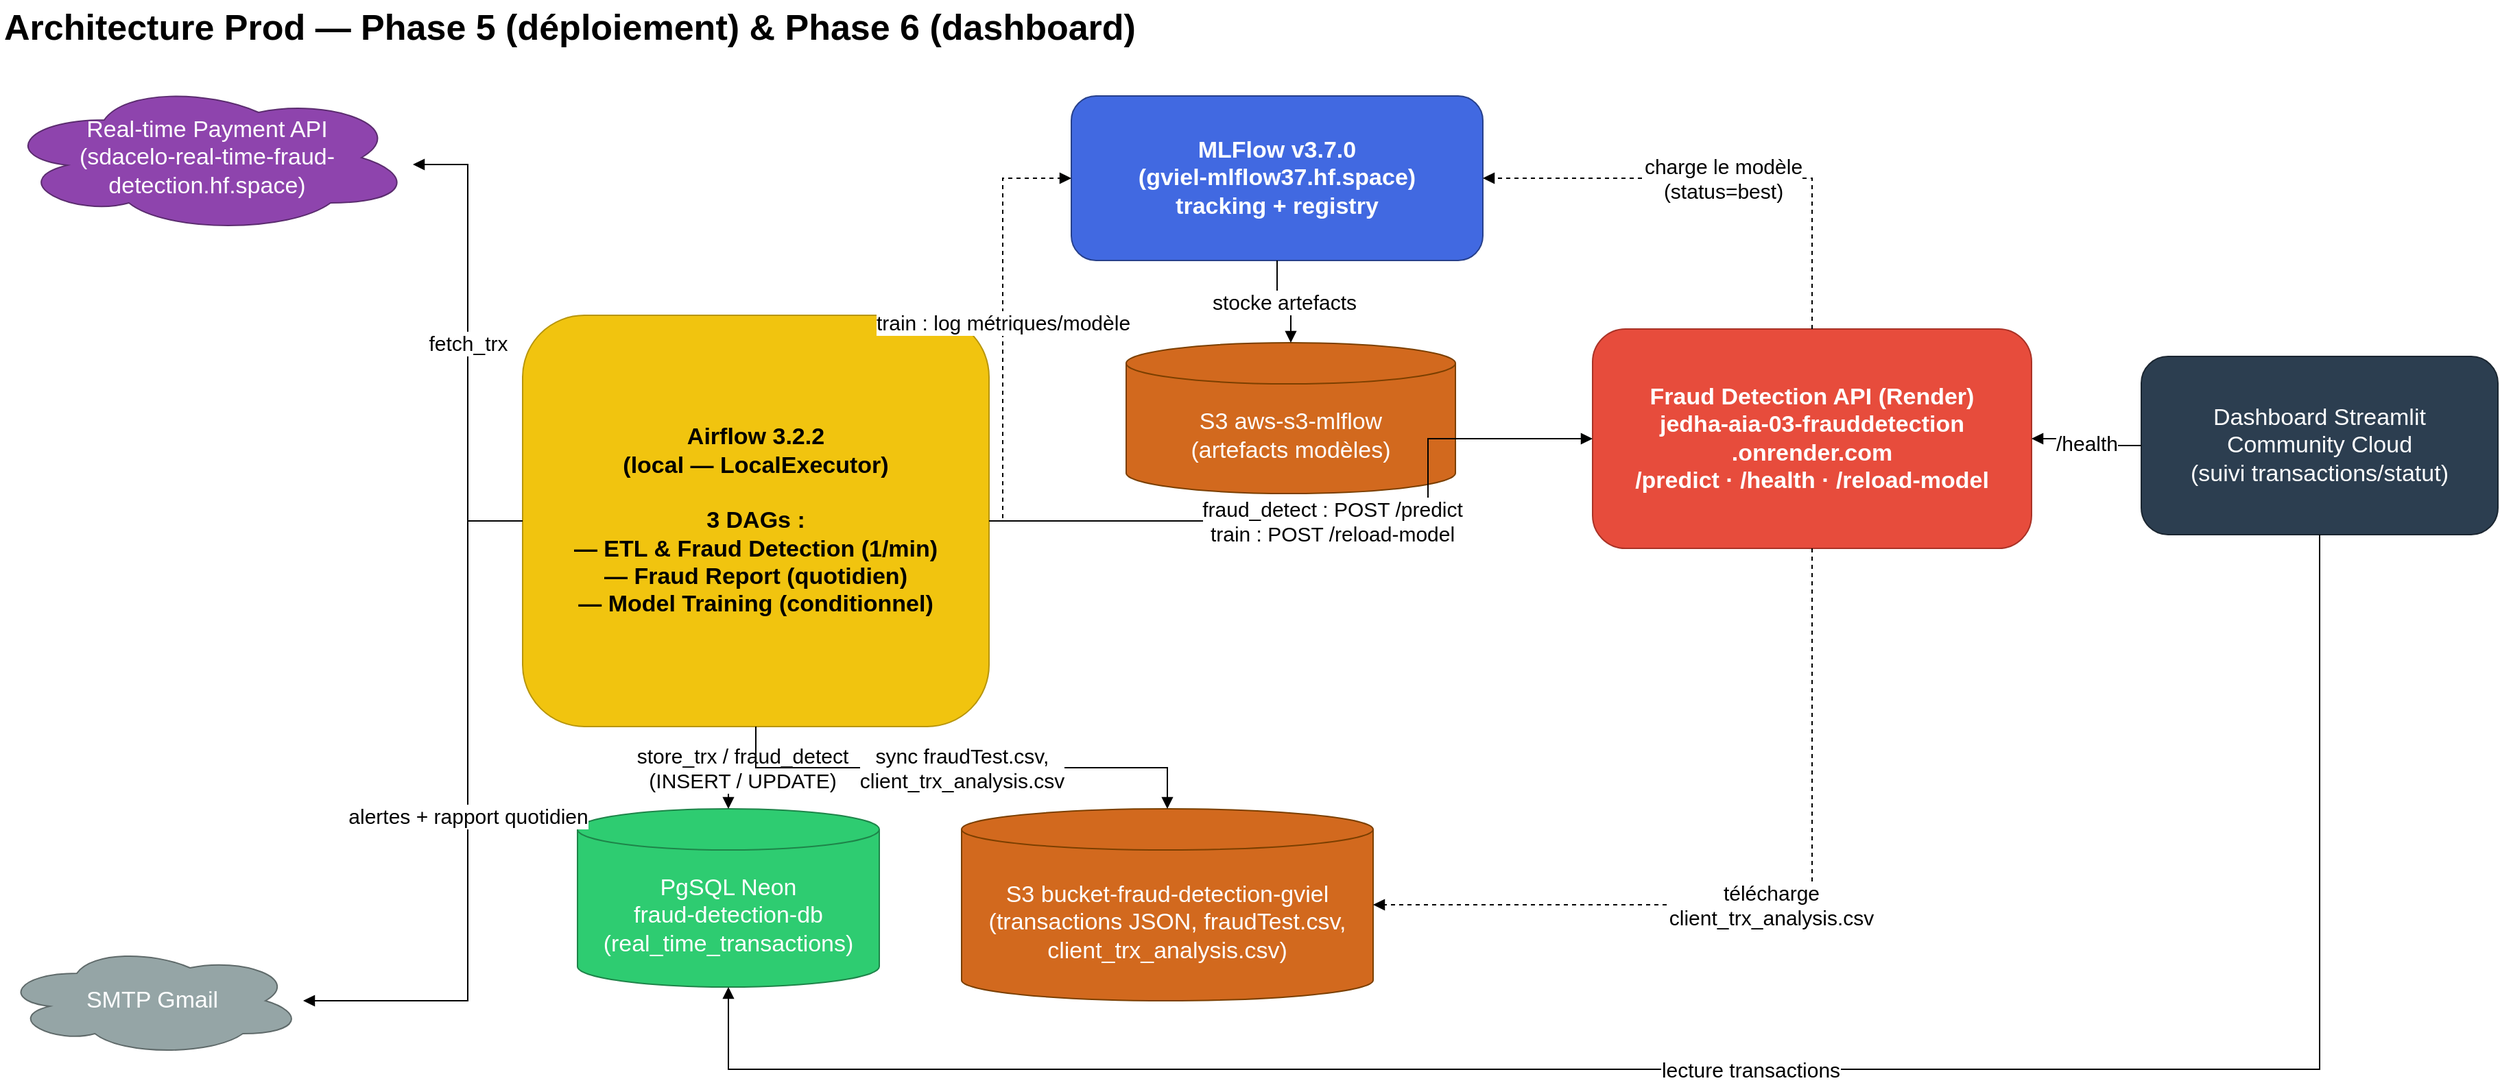
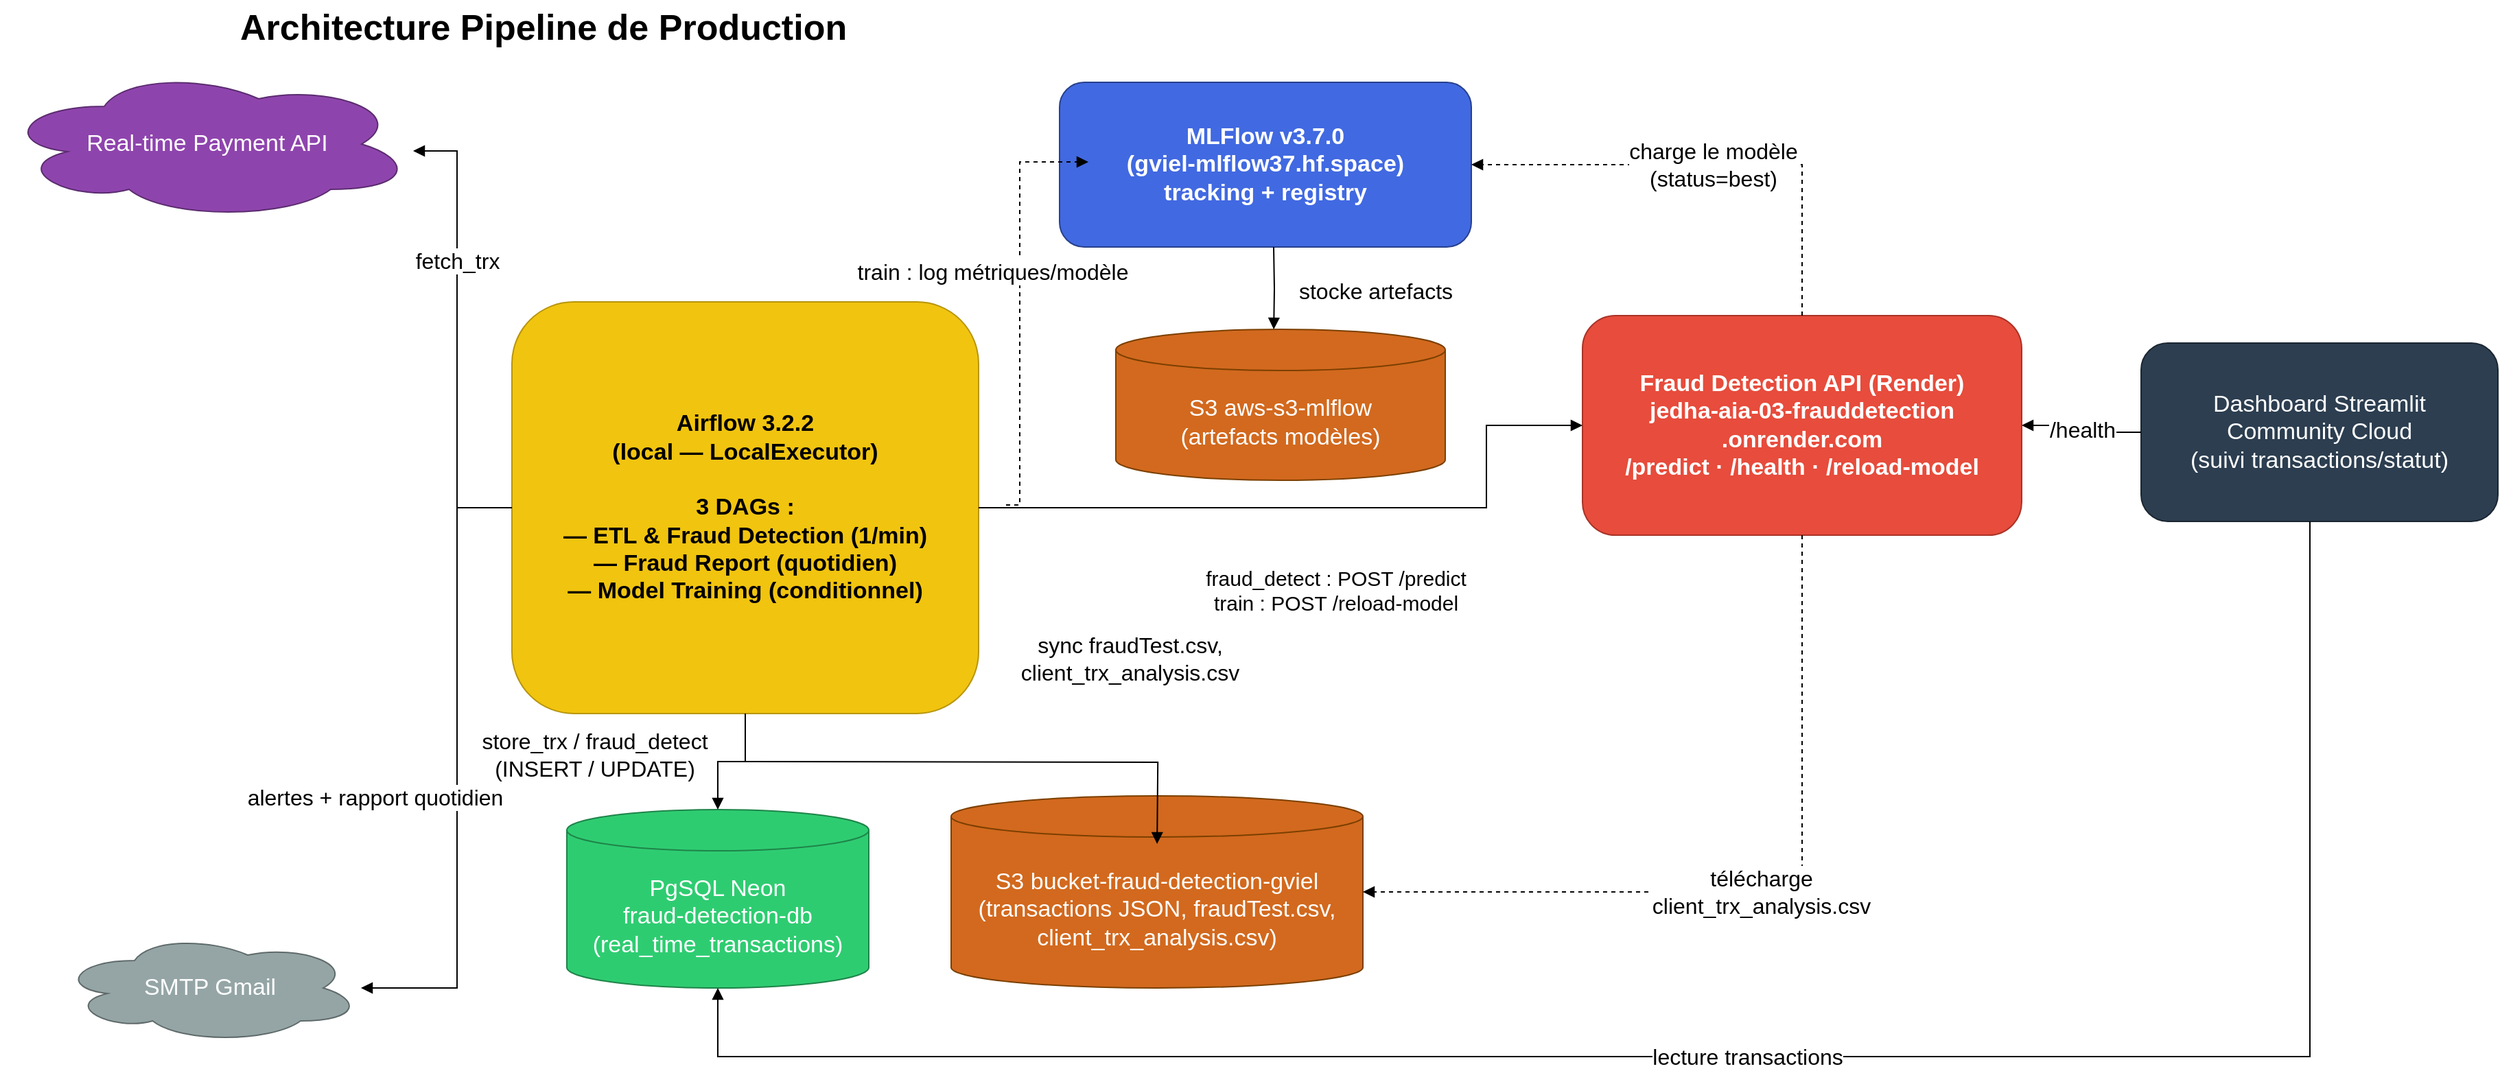
- <mxfile host="app.diagrams.net" agent="claude-code" version="24.0.0">
-   <diagram id="prod-architecture" name="Architecture Prod (Phase 5-6)">
-     <mxGraphModel dx="1600" dy="900" grid="1" gridSize="10" guides="1" tooltips="1" connect="1" arrows="1" fold="1" page="1" pageScale="1" pageWidth="1920" pageHeight="850" math="0" shadow="0">
+ <mxfile host="app.diagrams.net">
+   <diagram name="Architecture Getaround" id="kAcSTIh_5AMz7kwUcB8f">
+     <mxGraphModel grid="1" page="1" gridSize="10" guides="1" tooltips="1" connect="1" arrows="1" fold="1" pageScale="1" pageWidth="827" pageHeight="1169" math="0" shadow="0">
      <root>
        <mxCell id="0" />
        <mxCell id="1" parent="0" />
- 
-         <!-- Title -->
-         <mxCell id="title" value="Architecture Prod — Phase 5 (déploiement) &amp; Phase 6 (dashboard)" style="text;html=1;fontSize=26;fontStyle=1;align=left;verticalAlign=middle;" vertex="1" parent="1">
-           <mxGeometry x="40" y="10" width="1000" height="40" as="geometry" />
+         <mxCell id="RmcBK2_sj3oXUNAOigDG-144" parent="1" style="text;html=1;fontSize=26;fontStyle=1;align=left;verticalAlign=middle;" value="&lt;div&gt;Architecture Pipeline de Production&lt;/div&gt;" vertex="1">
+           <mxGeometry height="40" width="570" x="220" y="20" as="geometry" />
        </mxCell>
- 
-         <!-- External systems -->
-         <mxCell id="jedha" value="Real-time Payment API&#10;(sdacelo-real-time-fraud-detection.hf.space)" style="shape=cloud;whiteSpace=wrap;html=1;fillColor=#8e44ad;strokeColor=#5b2c6f;fontColor=#ffffff;fontSize=17;" vertex="1" parent="1">
-           <mxGeometry x="40" y="70" width="300" height="110" as="geometry" />
+         <mxCell id="RmcBK2_sj3oXUNAOigDG-145" parent="1" style="shape=cloud;whiteSpace=wrap;html=1;fillColor=#8e44ad;strokeColor=#5b2c6f;fontColor=#ffffff;fontSize=17;fontStyle=0" value="Real-time Payment API" vertex="1">
+           <mxGeometry height="110" width="300" x="48" y="70" as="geometry" />
        </mxCell>
-         <mxCell id="smtp" value="SMTP Gmail" style="shape=cloud;whiteSpace=wrap;html=1;fillColor=#95a5a6;strokeColor=#5f6a6a;fontColor=#ffffff;fontSize=17;" vertex="1" parent="1">
-           <mxGeometry x="40" y="700" width="220" height="80" as="geometry" />
+         <mxCell id="RmcBK2_sj3oXUNAOigDG-146" parent="1" style="shape=cloud;whiteSpace=wrap;html=1;fillColor=#95a5a6;strokeColor=#5f6a6a;fontColor=#ffffff;fontSize=17;fontStyle=0" value="SMTP Gmail" vertex="1">
+           <mxGeometry height="80" width="220" x="90" y="700" as="geometry" />
        </mxCell>
- 
-         <!-- Airflow (single block, local) -->
-         <mxCell id="airflow" value="Airflow 3.2.2&#10;(local — LocalExecutor)&#10;&#10;3 DAGs :&#10;— ETL &amp; Fraud Detection (1/min)&#10;— Fraud Report (quotidien)&#10;— Model Training (conditionnel)" style="rounded=1;whiteSpace=wrap;html=1;fillColor=#f1c40f;strokeColor=#b7950b;fontSize=17;fontStyle=1;align=center;verticalAlign=middle;" vertex="1" parent="1">
-           <mxGeometry x="420" y="240" width="340" height="300" as="geometry" />
+         <mxCell id="RmcBK2_sj3oXUNAOigDG-147" parent="1" style="rounded=1;whiteSpace=wrap;html=1;fillColor=#f1c40f;strokeColor=#b7950b;fontSize=17;fontStyle=1;align=center;verticalAlign=middle;" value="Airflow 3.2.2&#xa;(local — LocalExecutor)&#xa;&#xa;3 DAGs :&#xa;— ETL &amp; Fraud Detection (1/min)&#xa;— Fraud Report (quotidien)&#xa;— Model Training (conditionnel)" vertex="1">
+           <mxGeometry height="300" width="340" x="420" y="240" as="geometry" />
        </mxCell>
- 
-         <!-- Data layer -->
-         <mxCell id="neon" value="PgSQL Neon&#10;fraud-detection-db&#10;(real_time_transactions)" style="shape=cylinder3;whiteSpace=wrap;html=1;boundedLbl=1;backgroundOutline=1;size=15;fillColor=#2ecc71;strokeColor=#1e8449;fontColor=#ffffff;fontSize=17;" vertex="1" parent="1">
-           <mxGeometry x="460" y="600" width="220" height="130" as="geometry" />
+         <mxCell id="RmcBK2_sj3oXUNAOigDG-148" parent="1" style="shape=cylinder3;whiteSpace=wrap;html=1;boundedLbl=1;backgroundOutline=1;size=15;fillColor=#2ecc71;strokeColor=#1e8449;fontColor=#ffffff;fontSize=17;" value="PgSQL Neon&#xa;fraud-detection-db&#xa;(real_time_transactions)" vertex="1">
+           <mxGeometry height="130" width="220" x="460" y="610" as="geometry" />
        </mxCell>
-         <mxCell id="s3Trx" value="S3 bucket-fraud-detection-gviel&#10;(transactions JSON, fraudTest.csv,&#10;client_trx_analysis.csv)" style="shape=cylinder3;whiteSpace=wrap;html=1;boundedLbl=1;backgroundOutline=1;size=15;fillColor=#d2691e;strokeColor=#7b3f00;fontColor=#ffffff;fontSize=17;" vertex="1" parent="1">
-           <mxGeometry x="740" y="600" width="300" height="140" as="geometry" />
+         <mxCell id="RmcBK2_sj3oXUNAOigDG-149" parent="1" style="shape=cylinder3;whiteSpace=wrap;html=1;boundedLbl=1;backgroundOutline=1;size=15;fillColor=#d2691e;strokeColor=#7b3f00;fontColor=#ffffff;fontSize=17;" value="S3 bucket-fraud-detection-gviel&#xa;(transactions JSON, fraudTest.csv,&#xa;client_trx_analysis.csv)" vertex="1">
+           <mxGeometry height="140" width="300" x="740" y="600" as="geometry" />
        </mxCell>
- 
-         <!-- MLFlow + artifact store -->
-         <mxCell id="mlflow" value="MLFlow v3.7.0&#10;(gviel-mlflow37.hf.space)&#10;tracking + registry" style="rounded=1;whiteSpace=wrap;html=1;fillColor=#4169e1;strokeColor=#27408b;fontColor=#ffffff;fontSize=17;fontStyle=1;" vertex="1" parent="1">
-           <mxGeometry x="820" y="80" width="300" height="120" as="geometry" />
+         <mxCell id="RmcBK2_sj3oXUNAOigDG-150" parent="1" style="rounded=1;whiteSpace=wrap;html=1;fillColor=#4169e1;strokeColor=#27408b;fontColor=#ffffff;fontSize=17;fontStyle=1;" value="MLFlow v3.7.0&#xa;(gviel-mlflow37.hf.space)&#xa;tracking + registry" vertex="1">
+           <mxGeometry height="120" width="300" x="819" y="80" as="geometry" />
        </mxCell>
-         <mxCell id="s3Mlflow" value="S3 aws-s3-mlflow&#10;(artefacts modèles)" style="shape=cylinder3;whiteSpace=wrap;html=1;boundedLbl=1;backgroundOutline=1;size=15;fillColor=#d2691e;strokeColor=#7b3f00;fontColor=#ffffff;fontSize=17;" vertex="1" parent="1">
-           <mxGeometry x="860" y="260" width="240" height="110" as="geometry" />
+         <mxCell id="RmcBK2_sj3oXUNAOigDG-151" parent="1" style="shape=cylinder3;whiteSpace=wrap;html=1;boundedLbl=1;backgroundOutline=1;size=15;fillColor=#d2691e;strokeColor=#7b3f00;fontColor=#ffffff;fontSize=17;" value="S3 aws-s3-mlflow&#xa;(artefacts modèles)" vertex="1">
+           <mxGeometry height="110" width="240" x="860" y="260" as="geometry" />
        </mxCell>
- 
-         <!-- Fraud Detection API (Render) -->
-         <mxCell id="renderApi" value="Fraud Detection API (Render)&#10;jedha-aia-03-frauddetection&#10;.onrender.com&#10;/predict · /health · /reload-model" style="rounded=1;whiteSpace=wrap;html=1;fillColor=#e74c3c;strokeColor=#a93226;fontColor=#ffffff;fontSize=17;fontStyle=1;" vertex="1" parent="1">
-           <mxGeometry x="1200" y="250" width="320" height="160" as="geometry" />
+         <mxCell id="RmcBK2_sj3oXUNAOigDG-152" parent="1" style="rounded=1;whiteSpace=wrap;html=1;fillColor=#e74c3c;strokeColor=#a93226;fontColor=#ffffff;fontSize=17;fontStyle=1;" value="Fraud Detection API (Render)&#xa;jedha-aia-03-frauddetection&#xa;.onrender.com&#xa;/predict · /health · /reload-model" vertex="1">
+           <mxGeometry height="160" width="320" x="1200" y="250" as="geometry" />
        </mxCell>
- 
-         <!-- Streamlit Dashboard -->
-         <mxCell id="dashboard" value="Dashboard Streamlit&#10;Community Cloud&#10;(suivi transactions/statut)" style="rounded=1;whiteSpace=wrap;html=1;fillColor=#2c3e50;strokeColor=#1b2631;fontColor=#ffffff;fontSize=17;" vertex="1" parent="1">
-           <mxGeometry x="1600" y="270" width="260" height="130" as="geometry" />
+         <mxCell id="RmcBK2_sj3oXUNAOigDG-153" parent="1" style="rounded=1;whiteSpace=wrap;html=1;fillColor=#2c3e50;strokeColor=#1b2631;fontColor=#ffffff;fontSize=17;" value="Dashboard Streamlit&#xa;Community Cloud&#xa;(suivi transactions/statut)" vertex="1">
+           <mxGeometry height="130" width="260" x="1607" y="270" as="geometry" />
        </mxCell>
- 
-         <!-- Edges: Airflow -->
-         <mxCell id="e1" value="fetch_trx" style="edgeStyle=orthogonalEdgeStyle;rounded=0;html=1;endArrow=block;fontSize=15;" edge="1" parent="1" source="airflow" target="jedha">
-           <mxGeometry relative="1" as="geometry">
+         <mxCell id="RmcBK2_sj3oXUNAOigDG-154" edge="1" parent="1" source="RmcBK2_sj3oXUNAOigDG-147" style="edgeStyle=orthogonalEdgeStyle;rounded=0;html=1;endArrow=block;fontSize=16;" target="RmcBK2_sj3oXUNAOigDG-145" value="fetch_trx">
+           <mxGeometry relative="1" x="0.3253" as="geometry">
+             <mxPoint as="offset" />
            <Array as="points">
              <mxPoint x="380" y="130" />
            </Array>
          </mxGeometry>
        </mxCell>
- 
-         <mxCell id="e2" value="store_trx / fraud_detect&#10;(INSERT / UPDATE)" style="edgeStyle=orthogonalEdgeStyle;rounded=0;html=1;endArrow=block;fontSize=15;" edge="1" parent="1" source="airflow" target="neon">
-           <mxGeometry relative="1" as="geometry" />
+         <mxCell id="RmcBK2_sj3oXUNAOigDG-155" edge="1" parent="1" source="RmcBK2_sj3oXUNAOigDG-147" style="edgeStyle=orthogonalEdgeStyle;rounded=0;html=1;endArrow=block;fontSize=16;" target="RmcBK2_sj3oXUNAOigDG-148" value="store_trx / fraud_detect&#xa;(INSERT / UPDATE)">
+           <mxGeometry relative="1" x="0.2222" y="-90" as="geometry">
+             <mxPoint y="-5" as="offset" />
+           </mxGeometry>
        </mxCell>
- 
-         <mxCell id="e3" value="sync fraudTest.csv,&#10;client_trx_analysis.csv" style="edgeStyle=orthogonalEdgeStyle;rounded=0;html=1;endArrow=block;fontSize=15;" edge="1" parent="1" source="airflow" target="s3Trx">
-           <mxGeometry relative="1" as="geometry" />
+         <mxCell id="RmcBK2_sj3oXUNAOigDG-156" edge="1" parent="1" style="edgeStyle=orthogonalEdgeStyle;rounded=0;html=1;endArrow=block;fontSize=16;" value="sync fraudTest.csv,&#xa;client_trx_analysis.csv">
+           <mxGeometry relative="1" x="0.6667" y="40" as="geometry">
+             <mxPoint x="-20" y="-35" as="offset" />
+             <mxPoint x="590.0666666666666" y="575" as="sourcePoint" />
+             <mxPoint x="890.0666666666666" y="635" as="targetPoint" />
+           </mxGeometry>
        </mxCell>
- 
-         <mxCell id="e4" value="fraud_detect : POST /predict&#10;train : POST /reload-model" style="edgeStyle=orthogonalEdgeStyle;rounded=0;html=1;endArrow=block;fontSize=15;" edge="1" parent="1" source="airflow" target="renderApi">
-           <mxGeometry relative="1" as="geometry">
+         <mxCell id="RmcBK2_sj3oXUNAOigDG-157" edge="1" parent="1" source="RmcBK2_sj3oXUNAOigDG-147" style="edgeStyle=orthogonalEdgeStyle;rounded=0;html=1;endArrow=block;fontSize=15;" target="RmcBK2_sj3oXUNAOigDG-152" value="fraud_detect : POST /predict&#xa;train : POST /reload-model">
+           <mxGeometry relative="1" x="0.04" y="-60" as="geometry">
+             <mxPoint as="offset" />
            <Array as="points">
-               <mxPoint x="1080" y="390" />
+               <mxPoint x="1130" y="390" />
+               <mxPoint x="1130" y="330" />
            </Array>
          </mxGeometry>
        </mxCell>
- 
-         <mxCell id="e5" value="train : log métriques/modèle" style="edgeStyle=orthogonalEdgeStyle;rounded=0;html=1;endArrow=block;fontSize=15;dashed=1;" edge="1" parent="1" source="airflow" target="mlflow">
-           <mxGeometry relative="1" as="geometry">
+         <mxCell id="RmcBK2_sj3oXUNAOigDG-158" edge="1" parent="1" style="edgeStyle=orthogonalEdgeStyle;rounded=0;html=1;endArrow=block;fontSize=16;dashed=1;" value="train : log métriques/modèle">
+           <mxGeometry relative="1" x="0.1613" y="20" as="geometry">
+             <mxPoint as="offset" />
            <Array as="points">
-               <mxPoint x="770" y="140" />
+               <mxPoint x="790" y="138" />
            </Array>
+             <mxPoint x="780" y="388" as="sourcePoint" />
+             <mxPoint x="840" y="138" as="targetPoint" />
          </mxGeometry>
        </mxCell>
- 
-         <mxCell id="e6" value="alertes + rapport quotidien" style="edgeStyle=orthogonalEdgeStyle;rounded=0;html=1;endArrow=block;fontSize=15;" edge="1" parent="1" source="airflow" target="smtp">
-           <mxGeometry relative="1" as="geometry">
+         <mxCell id="RmcBK2_sj3oXUNAOigDG-159" edge="1" parent="1" source="RmcBK2_sj3oXUNAOigDG-147" style="edgeStyle=orthogonalEdgeStyle;rounded=0;html=1;endArrow=block;fontSize=16;" target="RmcBK2_sj3oXUNAOigDG-146" value="alertes + rapport quotidien">
+           <mxGeometry relative="1" x="0.0864" y="-60" as="geometry">
+             <mxPoint y="1" as="offset" />
            <Array as="points">
              <mxPoint x="380" y="740" />
            </Array>
          </mxGeometry>
        </mxCell>
- 
-         <!-- Edges: MLFlow -->
-         <mxCell id="e7" value="stocke artefacts" style="edgeStyle=orthogonalEdgeStyle;rounded=0;html=1;endArrow=block;fontSize=15;" edge="1" parent="1" source="mlflow" target="s3Mlflow">
-           <mxGeometry relative="1" as="geometry" />
+         <mxCell id="RmcBK2_sj3oXUNAOigDG-160" edge="1" parent="1" style="edgeStyle=orthogonalEdgeStyle;rounded=0;html=1;endArrow=block;fontSize=16;" value="stocke artefacts">
+           <mxGeometry relative="1" x="0.0356" y="74" as="geometry">
+             <mxPoint x="-1" as="offset" />
+             <mxPoint x="975" y="200" as="sourcePoint" />
+             <mxPoint x="975.0666666666671" y="260" as="targetPoint" />
+           </mxGeometry>
        </mxCell>
- 
-         <!-- Edges: Render API -->
-         <mxCell id="e8" value="charge le modèle&#10;(status=best)" style="edgeStyle=orthogonalEdgeStyle;rounded=0;html=1;endArrow=block;fontSize=15;dashed=1;" edge="1" parent="1" source="renderApi" target="mlflow">
+         <mxCell id="RmcBK2_sj3oXUNAOigDG-161" edge="1" parent="1" source="RmcBK2_sj3oXUNAOigDG-152" style="edgeStyle=orthogonalEdgeStyle;rounded=0;html=1;endArrow=block;fontSize=16;dashed=1;" target="RmcBK2_sj3oXUNAOigDG-150" value="charge le modèle&#xa;(status=best)">
          <mxGeometry relative="1" as="geometry">
            <Array as="points">
              <mxPoint x="1360" y="140" />
            </Array>
          </mxGeometry>
        </mxCell>
- 
-         <mxCell id="e9" value="télécharge&#10;client_trx_analysis.csv" style="edgeStyle=orthogonalEdgeStyle;rounded=0;html=1;endArrow=block;fontSize=15;dashed=1;" edge="1" parent="1" source="renderApi" target="s3Trx">
+         <mxCell id="RmcBK2_sj3oXUNAOigDG-162" edge="1" parent="1" source="RmcBK2_sj3oXUNAOigDG-152" style="edgeStyle=orthogonalEdgeStyle;rounded=0;html=1;endArrow=block;fontSize=16;dashed=1;" target="RmcBK2_sj3oXUNAOigDG-149" value="télécharge&#xa;client_trx_analysis.csv">
          <mxGeometry relative="1" as="geometry">
            <Array as="points">
              <mxPoint x="1360" y="670" />
            </Array>
          </mxGeometry>
        </mxCell>
- 
-         <!-- Edges: Dashboard -->
-         <mxCell id="e10" value="lecture transactions" style="edgeStyle=orthogonalEdgeStyle;rounded=0;html=1;endArrow=block;fontSize=15;" edge="1" parent="1" source="dashboard" target="neon">
-           <mxGeometry relative="1" as="geometry">
+         <mxCell id="RmcBK2_sj3oXUNAOigDG-163" edge="1" parent="1" source="RmcBK2_sj3oXUNAOigDG-153" style="edgeStyle=orthogonalEdgeStyle;rounded=0;html=1;endArrow=block;fontSize=16;" target="RmcBK2_sj3oXUNAOigDG-148" value="lecture transactions">
+           <mxGeometry relative="1" x="-0.0001" as="geometry">
+             <mxPoint as="offset" />
            <Array as="points">
              <mxPoint x="1730" y="790" />
              <mxPoint x="570" y="790" />
            </Array>
          </mxGeometry>
        </mxCell>
- 
-         <mxCell id="e11" value="/health" style="edgeStyle=orthogonalEdgeStyle;rounded=0;html=1;endArrow=block;fontSize=15;" edge="1" parent="1" source="dashboard" target="renderApi">
+         <mxCell id="RmcBK2_sj3oXUNAOigDG-164" edge="1" parent="1" source="RmcBK2_sj3oXUNAOigDG-153" style="edgeStyle=orthogonalEdgeStyle;rounded=0;html=1;endArrow=block;fontSize=16;" target="RmcBK2_sj3oXUNAOigDG-152" value="/health">
          <mxGeometry relative="1" as="geometry" />
        </mxCell>
- 
      </root>
    </mxGraphModel>
  </diagram>
</mxfile>
